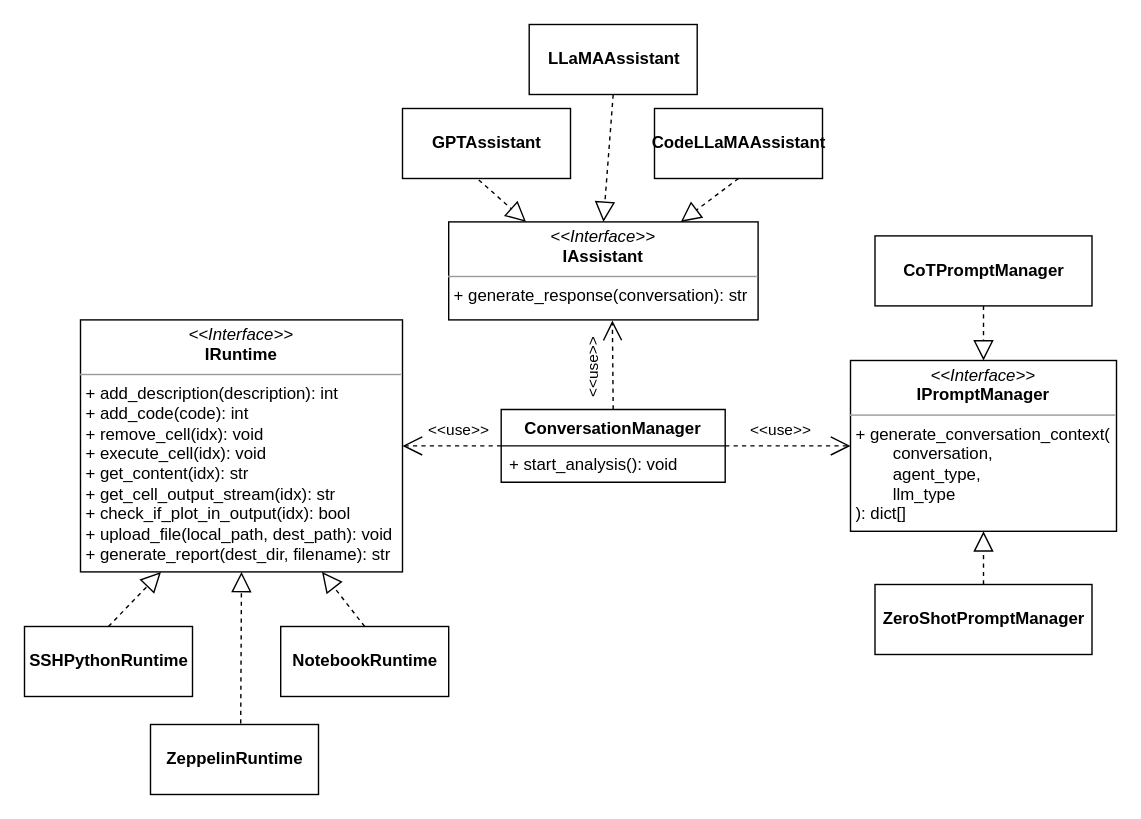
Before: page "Class" (1 of 3) of documentation/figures/uml_diagrams.drawio in jswistak/automatic-data-analysis, a draw.io diagram. Source tidied: cells renumbered, new cells numbered last; positions are measured from the earlier drawing's top-left corner, leaving out a move shared by most shapes. Both pictures are drawn from the tidied source at 140%, with x=0, y=0 at pixel (24, 24).
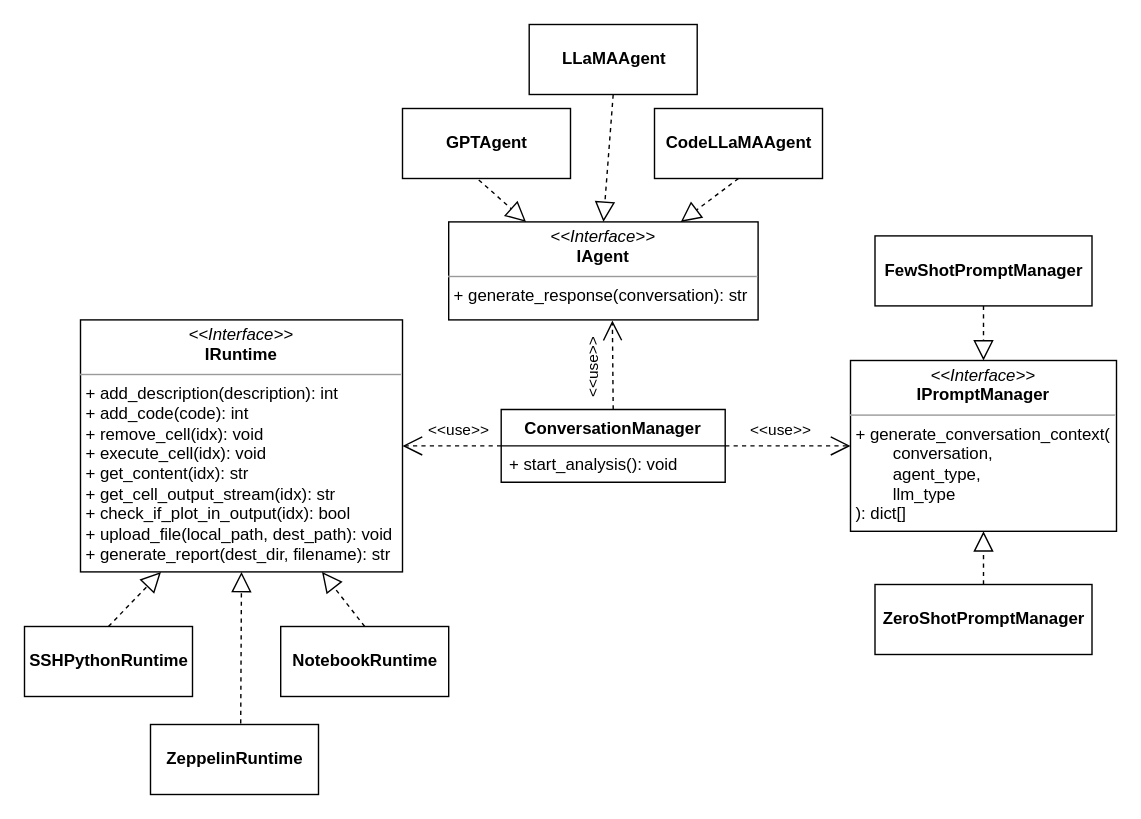
Above is the later version.

Commit message (it also covers changes not shown here):
Some diagrams were updated

Diff of the diagram source:
```diff
@@
-    <mxCell id="4" value="&lt;p style=&quot;margin:0px;margin-top:4px;text-align:center;&quot;&gt;&lt;i&gt;&amp;lt;&amp;lt;Interface&amp;gt;&amp;gt;&lt;/i&gt;&lt;br&gt;&lt;b&gt;IAssistant&lt;/b&gt;&lt;/p&gt;&lt;hr size=&quot;1&quot;&gt;&lt;p style=&quot;margin:0px;margin-left:4px;&quot;&gt;+ generate_response(&lt;span style=&quot;background-color: initial;&quot;&gt;conversation): str&lt;/span&gt;&lt;/p&gt;" style="verticalAlign=top;align=left;overflow=fill;fontSize=12;fontFamily=Helvetica;html=1;" parent="1" vertex="1">
+    <mxCell id="4" value="&lt;p style=&quot;margin:0px;margin-top:4px;text-align:center;&quot;&gt;&lt;i&gt;&amp;lt;&amp;lt;Interface&amp;gt;&amp;gt;&lt;/i&gt;&lt;br&gt;&lt;b&gt;IAgent&lt;/b&gt;&lt;/p&gt;&lt;hr size=&quot;1&quot;&gt;&lt;p style=&quot;margin:0px;margin-left:4px;&quot;&gt;+ generate_response(&lt;span style=&quot;background-color: initial;&quot;&gt;conversation): str&lt;/span&gt;&lt;/p&gt;" style="verticalAlign=top;align=left;overflow=fill;fontSize=12;fontFamily=Helvetica;html=1;" parent="1" vertex="1">
       <mxGeometry x="303" y="141" width="221" height="70" as="geometry" />
     </mxCell>
@@
-    <mxCell id="16" value="&lt;b&gt;GPTAssistant&lt;/b&gt;" style="html=1;" parent="1" vertex="1">
+    <mxCell id="16" value="&lt;b&gt;GPTAgent&lt;/b&gt;" style="html=1;" parent="1" vertex="1">
       <mxGeometry x="270" y="60" width="120" height="50" as="geometry" />
     </mxCell>
-    <mxCell id="17" value="&lt;b&gt;LLaMAAssistant&lt;/b&gt;" style="html=1;" parent="1" vertex="1">
+    <mxCell id="17" value="&lt;b&gt;LLaMAAgent&lt;/b&gt;" style="html=1;" parent="1" vertex="1">
       <mxGeometry x="360.5" width="120" height="50" as="geometry" />
     </mxCell>
-    <mxCell id="18" value="&lt;b&gt;CodeLLaMAAssistant&lt;/b&gt;" style="html=1;" parent="1" vertex="1">
+    <mxCell id="18" value="&lt;b&gt;CodeLLaMAAgent&lt;/b&gt;" style="html=1;" parent="1" vertex="1">
       <mxGeometry x="450" y="60" width="120" height="50" as="geometry" />
     </mxCell>
@@
-    <mxCell id="23" value="&lt;b&gt;CoTPromptManager&lt;/b&gt;" style="html=1;" parent="1" vertex="1">
+    <mxCell id="23" value="&lt;b&gt;FewShotPromptManager&lt;/b&gt;" style="html=1;" parent="1" vertex="1">
       <mxGeometry x="607.5" y="151" width="155" height="50" as="geometry" />
     </mxCell>
```
